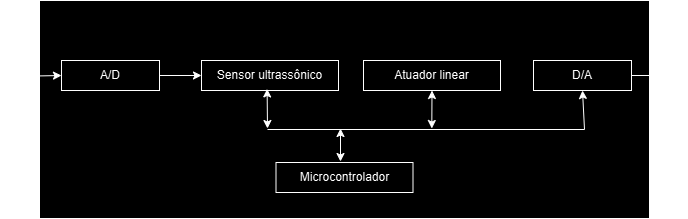
Before: images/blocos-suporte.png, a diagram exported from draw.io (JeanMagnus/bicicletario-universitario). Source tidied: cells renumbered, new cells last; positions are measured from the earlier drawing's top-left corner, leaving out a move shared by most shapes.
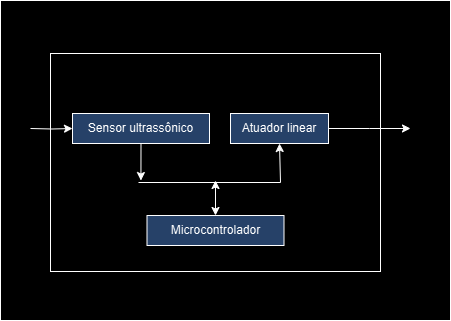
After the change.

The edit, as a diff of the source:
```diff
@@ -2,60 +2,48 @@
   <root>
     <mxCell id="0" />
     <mxCell id="1" parent="0" />
-    <mxCell id="2" style="rounded=0;whiteSpace=wrap;html=1;" parent="1" vertex="1">
-      <mxGeometry x="32" width="610" height="218" as="geometry" />
-    </mxCell>
-    <mxCell id="3" style="edgeStyle=orthogonalEdgeStyle;rounded=0;jettySize=auto;html=1;exitX=0;exitY=0.5;exitDx=0;exitDy=0;entryX=0;entryY=0.5;entryDx=0;entryDy=0;" parent="1" edge="1" target="5">
-      <mxGeometry relative="1" as="geometry">
-        <mxPoint y="75" as="sourcePoint" />
-      </mxGeometry>
-    </mxCell>
-    <mxCell id="4" style="edgeStyle=orthogonalEdgeStyle;rounded=0;jettySize=auto;html=1;exitX=1;exitY=0.5;exitDx=0;exitDy=0;entryX=0;entryY=0.5;entryDx=0;entryDy=0;" parent="1" edge="1" source="5" target="6">
-      <mxGeometry relative="1" as="geometry" />
-    </mxCell>
-    <mxCell id="5" value="A/D" style="rounded=0;whiteSpace=wrap;html=1;" parent="1" vertex="1">
-      <mxGeometry x="54" y="60" width="98" height="30" as="geometry" />
-    </mxCell>
+    <mxCell id="15" style="rounded=0;whiteSpace=wrap;html=1;shadow=0;" parent="1" vertex="1">
+      <mxGeometry x="122" y="-53" width="450" height="320" as="geometry" />
+    </mxCell>
+    <mxCell id="16" style="rounded=0;whiteSpace=wrap;html=1;" parent="1" vertex="1">
+      <mxGeometry x="172" width="330" height="218" as="geometry" />
+    </mxCell>
+    <mxCell id="17" style="edgeStyle=orthogonalEdgeStyle;rounded=0;jettySize=auto;html=1;exitX=1;exitY=0.5;exitDx=0;exitDy=0;entryX=0;entryY=0.5;entryDx=0;entryDy=0;" parent="1" edge="1" target="6">
+      <mxGeometry relative="1" as="geometry">
+        <mxPoint x="152" y="75" as="sourcePoint" />
+      </mxGeometry>
+    </mxCell>
+    <mxCell id="18" style="edgeStyle=orthogonalEdgeStyle;rounded=0;jettySize=auto;html=1;exitX=0.5;exitY=1;exitDx=0;exitDy=0;" parent="1" edge="1" source="6">
+      <mxGeometry relative="1" as="geometry">
+        <mxPoint x="262.4" y="127" as="targetPoint" />
+      </mxGeometry>
+    </mxCell>
-    <mxCell id="6" value="Sensor ultrassônico" style="rounded=0;whiteSpace=wrap;html=1;" parent="1" vertex="1">
+    <mxCell id="6" value="Sensor ultrassônico" style="rounded=0;whiteSpace=wrap;html=1;fillColor=#A9C4EB;" parent="1" vertex="1">
       <mxGeometry x="194" y="60" width="137" height="30" as="geometry" />
     </mxCell>
+    <mxCell id="19" style="edgeStyle=orthogonalEdgeStyle;rounded=0;jettySize=auto;html=1;exitX=1;exitY=0.5;exitDx=0;exitDy=0;" parent="1" edge="1" source="7">
+      <mxGeometry relative="1" as="geometry">
+        <mxPoint x="532" y="75" as="targetPoint" />
+      </mxGeometry>
+    </mxCell>
-    <mxCell id="7" value="Atuador linear" style="rounded=0;whiteSpace=wrap;html=1;" parent="1" vertex="1">
-      <mxGeometry x="356" y="60" width="137" height="30" as="geometry" />
+    <mxCell id="7" value="Atuador linear" style="rounded=0;whiteSpace=wrap;html=1;fillColor=#A9C4EB;" parent="1" vertex="1">
+      <mxGeometry x="352" y="60" width="98" height="30" as="geometry" />
     </mxCell>
-    <mxCell id="8" style="edgeStyle=orthogonalEdgeStyle;rounded=0;jettySize=auto;html=1;exitX=1;exitY=0.5;exitDx=0;exitDy=0;" parent="1" edge="1" source="9">
-      <mxGeometry relative="1" as="geometry">
-        <mxPoint x="672" y="75" as="targetPoint" />
-      </mxGeometry>
-    </mxCell>
-    <mxCell id="9" value="D/A" style="rounded=0;whiteSpace=wrap;html=1;" parent="1" vertex="1">
-      <mxGeometry x="526" y="60" width="98" height="30" as="geometry" />
-    </mxCell>
-    <mxCell id="10" value="Microcontrolador" style="rounded=0;whiteSpace=wrap;html=1;" parent="1" vertex="1">
+    <mxCell id="10" value="Microcontrolador" style="rounded=0;whiteSpace=wrap;html=1;fillColor=#A9C4EB;" parent="1" vertex="1">
       <mxGeometry x="268.5" y="162" width="137" height="30" as="geometry" />
     </mxCell>
-    <mxCell id="11" style="endArrow=classic;html=1;rounded=0;entryX=0.5;entryY=1;entryDx=0;entryDy=0;" parent="1" edge="1" target="9">
-      <mxGeometry relative="1" as="geometry">
-        <mxPoint x="260" y="129" as="sourcePoint" />
-        <Array as="points">
-          <mxPoint x="577" y="129" />
-        </Array>
-      </mxGeometry>
-    </mxCell>
-    <mxCell id="12" style="endArrow=classic;startArrow=classic;html=1;rounded=0;" parent="1" edge="1">
-      <mxGeometry relative="1" as="geometry">
-        <mxPoint x="333" y="161" as="sourcePoint" />
-        <mxPoint x="333" y="128" as="targetPoint" />
-      </mxGeometry>
-    </mxCell>
-    <mxCell id="13" style="endArrow=classic;startArrow=classic;html=1;rounded=0;entryX=0.479;entryY=0.947;entryDx=0;entryDy=0;entryPerimeter=0;" parent="1" edge="1" target="6">
-      <mxGeometry relative="1" as="geometry">
-        <mxPoint x="260" y="128" as="sourcePoint" />
-      </mxGeometry>
-    </mxCell>
-    <mxCell id="14" style="endArrow=classic;startArrow=classic;html=1;rounded=0;entryX=0.5;entryY=1;entryDx=0;entryDy=0;" parent="1" edge="1" target="7">
-      <mxGeometry relative="1" as="geometry">
-        <mxPoint x="424.3" y="128" as="sourcePoint" />
-      </mxGeometry>
-    </mxCell>
+    <mxCell id="20" style="endArrow=classic;html=1;rounded=0;entryX=0.5;entryY=1;entryDx=0;entryDy=0;" parent="1" edge="1" target="7">
+      <mxGeometry relative="1" as="geometry">
+        <mxPoint x="260" y="129" as="sourcePoint" />
+        <Array as="points">
+          <mxPoint x="402" y="129" />
+        </Array>
+      </mxGeometry>
+    </mxCell>
+    <mxCell id="21" style="endArrow=classic;startArrow=classic;html=1;rounded=0;exitX=0.5;exitY=0;exitDx=0;exitDy=0;" parent="1" edge="1" source="10">
+      <mxGeometry relative="1" as="geometry">
+        <mxPoint x="337" y="127" as="targetPoint" />
+      </mxGeometry>
+    </mxCell>
   </root>
 </mxGraphModel>
```
